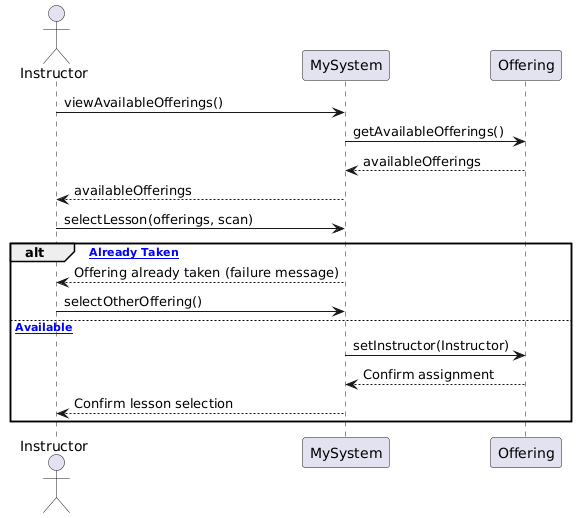
ABALkhabbaz/LessonSchedulingSystem keeps this PlantUML diagram as Diagrams/UML_InteractionDiagrams/InstructorSelectsLessonRefined.png. Above is the earlier version. Its diagram source:
```plantuml
@startuml
actor Instructor
participant MySystem
participant Offering

Instructor -> MySystem : viewAvailableOfferings()
MySystem -> Offering : getAvailableOfferings()
Offering --> MySystem : availableOfferings
MySystem --> Instructor : availableOfferings
Instructor -> MySystem : selectLesson(offerings, scan)
alt [Offering Already Taken]
    MySystem --> Instructor : Offering already taken (failure message)
    Instructor -> MySystem : selectOtherOffering()
else [Offering Available]
    MySystem -> Offering : setInstructor(Instructor)
    Offering --> MySystem : Confirm assignment
    MySystem --> Instructor : Confirm lesson selection
end
@enduml
```
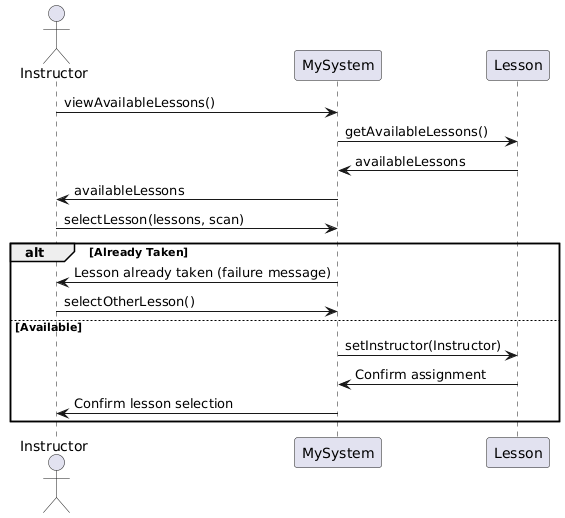
The same file after the commit.

What changed in the source:
```diff
@@ -1,19 +1,19 @@
 @startuml
 actor Instructor
 participant MySystem
-participant Offering
+participant Lesson
 
-Instructor -> MySystem : viewAvailableOfferings()
-MySystem -> Offering : getAvailableOfferings()
-Offering --> MySystem : availableOfferings
-MySystem --> Instructor : availableOfferings
-Instructor -> MySystem : selectLesson(offerings, scan)
-alt [Offering Already Taken]
-    MySystem --> Instructor : Offering already taken (failure message)
-    Instructor -> MySystem : selectOtherOffering()
-else [Offering Available]
-    MySystem -> Offering : setInstructor(Instructor)
-    Offering --> MySystem : Confirm assignment
-    MySystem --> Instructor : Confirm lesson selection
+Instructor -> MySystem: viewAvailableLessons()
+MySystem -> Lesson: getAvailableLessons()
+Lesson -> MySystem: availableLessons
+MySystem -> Instructor: availableLessons
+Instructor -> MySystem: selectLesson(lessons, scan)
+alt Already Taken
+    MySystem -> Instructor: Lesson already taken (failure message)
+    Instructor -> MySystem: selectOtherLesson()
+else Available
+    MySystem -> Lesson: setInstructor(Instructor)
+    Lesson -> MySystem: Confirm assignment
+    MySystem -> Instructor: Confirm lesson selection
 end
 @enduml
```
